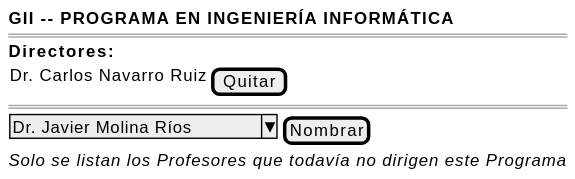
Earlier version of the PlantUML export images/RUP/01-requisitos/03-detalle-casos-uso/definirDirectorPrograma/wireframe-desdePrograma.svg (mmasias/pyCeldaPublico).
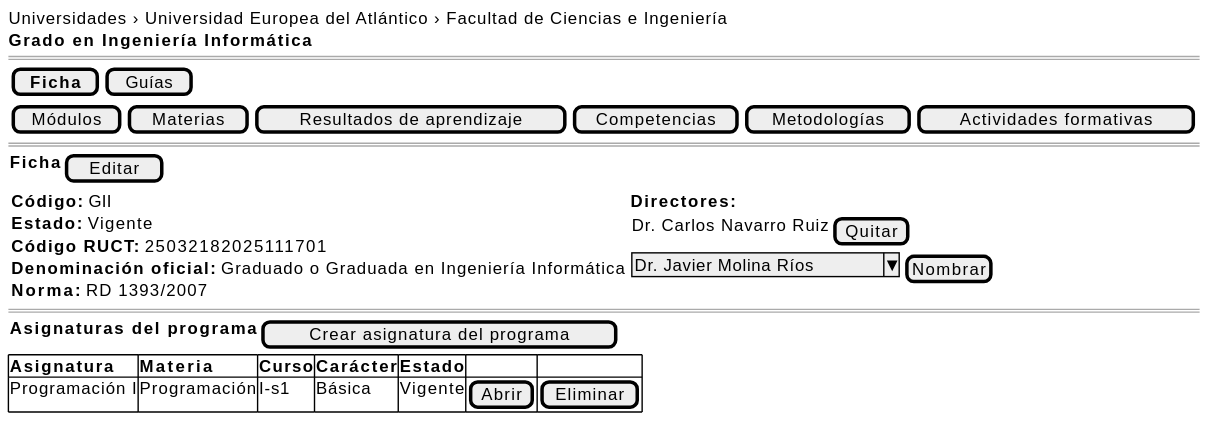
After the commit.

What changed in the source:
```diff
@@ -1,15 +1,30 @@
 @startsalt definirDirectorPrograma-wireframe-desdePrograma
 {
-    <b>GII -- PROGRAMA EN INGENIERÍA INFORMÁTICA</b>
+    Universidades › Universidad Europea del Atlántico › Facultad de Ciencias e Ingeniería
+    <b>Grado en Ingeniería Informática</b>
     ====
-    <b>Directores:</b>
+    { [ <b>Ficha</b> ] | [ Guías ] }
+    { [ Módulos ] | [ Materias ] | [ Resultados de aprendizaje ] | [ Competencias ] | [ Metodologías ] | [ Actividades formativas ] }
+    ====
+    { <b>Ficha</b> | [ Editar ] }
     {
-        Dr. Carlos Navarro Ruiz | [Quitar]
+        {
+            <b>Código:</b> GII
+            <b>Estado:</b> Vigente
+            <b>Código RUCT:</b> 25032182025111701
+            <b>Denominación oficial:</b> Graduado o Graduada en Ingeniería Informática
+            <b>Norma:</b> RD 1393/2007
+        } | {
+            <b>Directores:</b>
+            { Dr. Carlos Navarro Ruiz | [Quitar] }
+            { ^Dr. Javier Molina Ríos^ | [Nombrar] }
+        }
     }
     ====
-    {
-        ^Dr. Javier Molina Ríos^ | [Nombrar]
+    { <b>Asignaturas del programa</b> | [ Crear asignatura del programa ] }
+    {#
+        <b>Asignatura</b> | <b>Materia</b> | <b>Curso</b> | <b>Carácter</b> | <b>Estado</b> | . | .
+        Programación I | Programación | I-s1 | Básica | Vigente | [Abrir] | [Eliminar]
     }
-    <i>Solo se listan los Profesores que todavía no dirigen este Programa</i>
 }
 @endsalt
```
